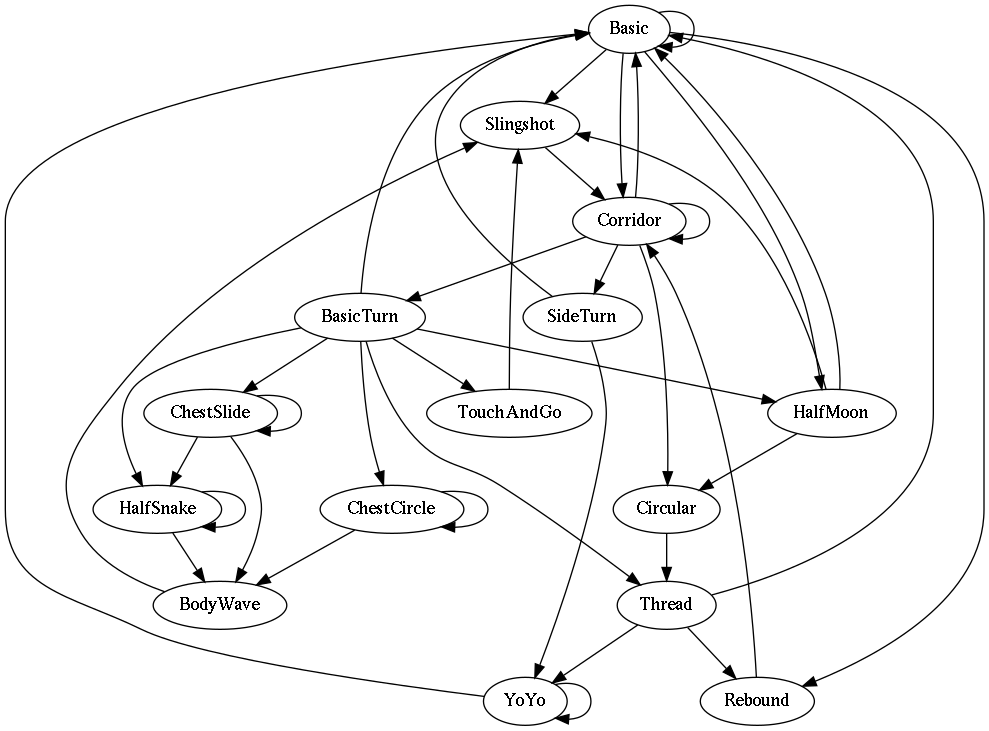
Above: drafts/dance-moves.png in inaimathi/langnostic (Graphviz), before the change. Its source is kept beside it as drafts/dance-moves.dot.
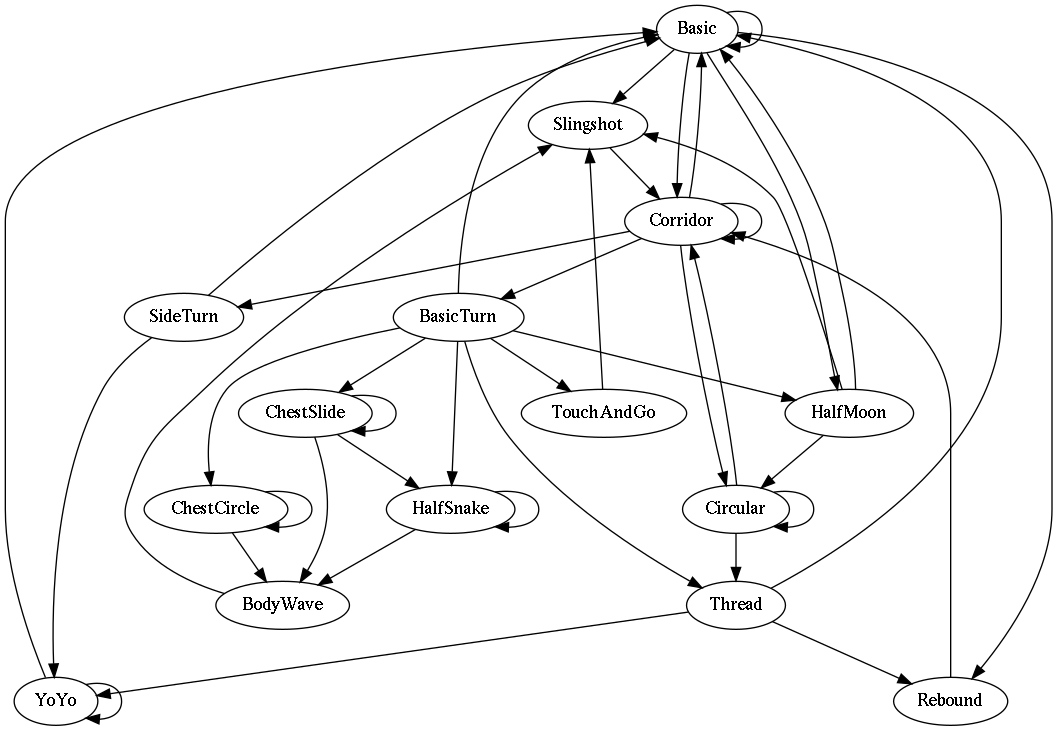
After the change.

Change to the diagram source:
```diff
@@ -12,6 +12,8 @@
 	Corridor -> BasicTurn
 	Corridor -> Circular
 	Circular -> Thread
+	Circular -> Corridor
+	Circular -> Circular
 	Thread -> Basic
 	BasicTurn -> Basic
 	BasicTurn -> Thread
```
